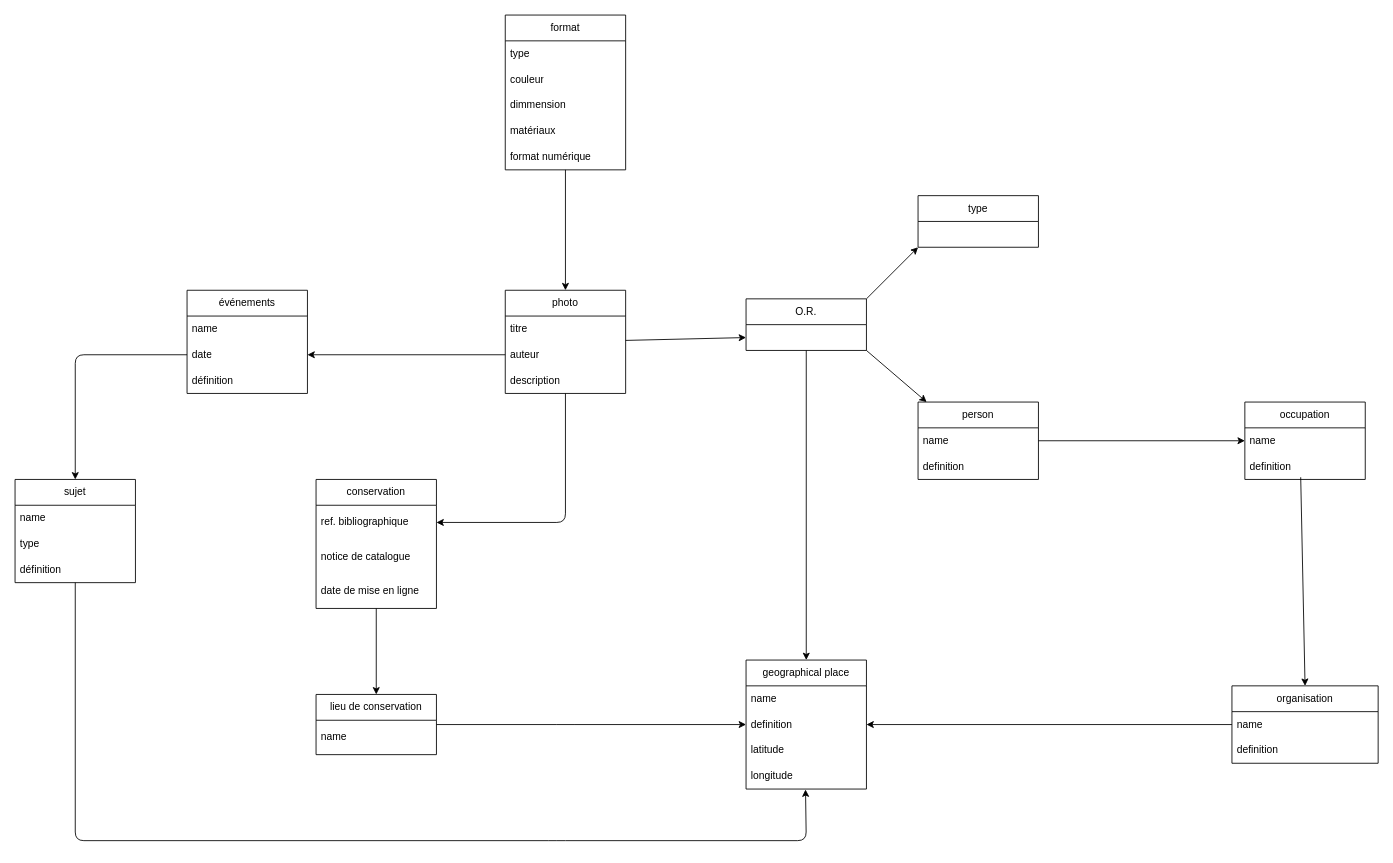
Earlier version of the draw.io diagram Modèle conceptuel.drawio (mroylem/memoire). Source tidied: cells renumbered, new cells numbered last; positions are measured from the earlier drawing's top-left corner, leaving out a move shared by most shapes. Both pictures are drawn from the tidied source at 86%, with x=0, y=0 at pixel (15, 15).
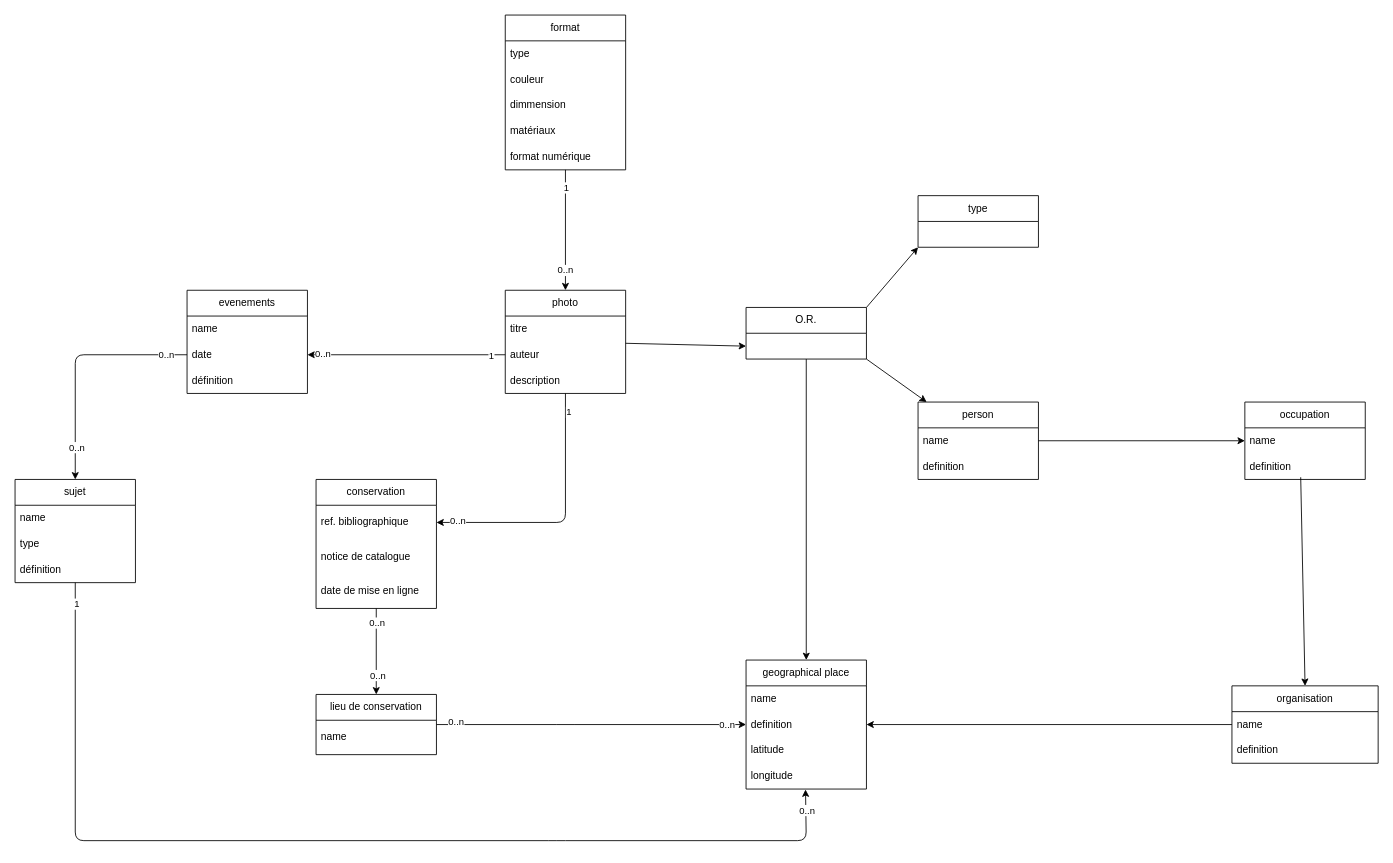
The same diagram, later.

Commit message:
modification modele conceptuel

Unchanged cells that the change refers to:
```xml
<mxCell id="2" style="edgeStyle=none;html=1;entryX=0;entryY=0.5;entryDx=0;entryDy=0;" parent="1" edge="1" source="3" target="15">
  <mxGeometry relative="1" as="geometry">
    <Array as="points">
      <mxPoint x="640" y="825" />
    </Array>
  </mxGeometry>
</mxCell>
<mxCell id="26" style="edgeStyle=none;html=1;entryX=0.5;entryY=0;entryDx=0;entryDy=0;" parent="1" edge="1" source="27" target="45">
  <mxGeometry relative="1" as="geometry" />
</mxCell>
<mxCell id="38" style="edgeStyle=none;html=1;entryX=0.494;entryY=1.017;entryDx=0;entryDy=0;entryPerimeter=0;" parent="1" edge="1" source="39" target="17">
  <mxGeometry relative="1" as="geometry">
    <Array as="points">
      <mxPoint x="70" y="960" />
      <mxPoint x="630" y="960" />
      <mxPoint x="920" y="960" />
    </Array>
  </mxGeometry>
</mxCell>
<mxCell id="44" style="edgeStyle=none;html=1;entryX=1;entryY=0.5;entryDx=0;entryDy=0;" parent="1" edge="1" source="45">
  <mxGeometry relative="1" as="geometry">
    <mxPoint x="490" y="590" as="targetPoint" />
    <Array as="points">
      <mxPoint x="640" y="590" />
    </Array>
  </mxGeometry>
</mxCell>
<mxCell id="49" style="edgeStyle=none;html=1;entryX=0.5;entryY=0;entryDx=0;entryDy=0;" parent="1" edge="1" source="50" target="3">
  <mxGeometry relative="1" as="geometry" />
</mxCell>
<mxCell id="54" style="edgeStyle=none;html=1;entryX=1;entryY=0.5;entryDx=0;entryDy=0;" parent="1" edge="1" source="47" target="36">
  <mxGeometry relative="1" as="geometry" />
</mxCell>
<mxCell id="55" style="edgeStyle=none;html=1;entryX=0.5;entryY=0;entryDx=0;entryDy=0;exitX=0;exitY=0.5;exitDx=0;exitDy=0;" parent="1" edge="1" source="36" target="39">
  <mxGeometry relative="1" as="geometry">
    <Array as="points">
      <mxPoint x="70" y="395" />
    </Array>
  </mxGeometry>
</mxCell>
```

What changed in the source:
```diff
@@
+    <mxCell id="56" value="0..n" style="edgeLabel;html=1;align=center;verticalAlign=middle;" parent="2" vertex="1">
+      <mxGeometry x="-0.88" y="4" relative="1" as="geometry" />
+    </mxCell>
+    <mxCell id="57" value="0..n" style="edgeLabel;html=1;align=center;verticalAlign=middle;" parent="2" vertex="1">
+      <mxGeometry x="0.87" y="1" relative="1" as="geometry" />
+    </mxCell>
@@
     <mxCell id="8" value="O.R." style="swimlane;fontStyle=0;horizontal=1;startSize=30;whiteSpace=wrap;html=1;" parent="1" vertex="1">
-      <mxGeometry x="850" y="330" width="140" height="60" as="geometry" />
+      <mxGeometry x="850" y="340" width="140" height="60" as="geometry" />
     </mxCell>
@@
+    <mxCell id="58" value="1" style="edgeLabel;html=1;align=center;verticalAlign=middle;" parent="26" vertex="1">
+      <mxGeometry x="-0.71" relative="1" as="geometry" />
+    </mxCell>
+    <mxCell id="59" value="0..n" style="edgeLabel;html=1;align=center;verticalAlign=middle;" parent="26" vertex="1">
+      <mxGeometry x="0.65" y="-1" relative="1" as="geometry" />
+    </mxCell>
@@
-    <mxCell id="34" value="événements" style="swimlane;fontStyle=0;horizontal=1;startSize=30;whiteSpace=wrap;html=1;" parent="1" vertex="1">
+    <mxCell id="34" value="evenements" style="swimlane;fontStyle=0;horizontal=1;startSize=30;whiteSpace=wrap;html=1;" parent="1" vertex="1">
       <mxGeometry x="200" y="320" width="140" height="120" as="geometry" />
     </mxCell>
@@
+    <mxCell id="60" value="1" style="edgeLabel;html=1;align=center;verticalAlign=middle;" parent="38" vertex="1">
+      <mxGeometry x="-0.96" y="1" relative="1" as="geometry" />
+    </mxCell>
+    <mxCell id="61" value="0..n" style="edgeLabel;html=1;align=center;verticalAlign=middle;" parent="38" vertex="1">
+      <mxGeometry x="0.96" y="-1" relative="1" as="geometry" />
+    </mxCell>
@@
+    <mxCell id="62" value="1" style="edgeLabel;html=1;align=center;verticalAlign=middle;" parent="44" vertex="1">
+      <mxGeometry x="-0.86" y="3" relative="1" as="geometry" />
+    </mxCell>
+    <mxCell id="63" value="0..n" style="edgeLabel;html=1;align=center;verticalAlign=middle;" parent="44" vertex="1">
+      <mxGeometry x="0.84" y="-3" relative="1" as="geometry" />
+    </mxCell>
@@
+    <mxCell id="64" value="0..n" style="edgeLabel;html=1;align=center;verticalAlign=middle;" parent="49" vertex="1">
+      <mxGeometry x="-0.68" relative="1" as="geometry" />
+    </mxCell>
+    <mxCell id="65" value="0..n" style="edgeLabel;html=1;align=center;verticalAlign=middle;" parent="49" vertex="1">
+      <mxGeometry x="0.54" y="1" relative="1" as="geometry" />
+    </mxCell>
@@
+    <mxCell id="66" value="1" style="edgeLabel;html=1;align=center;verticalAlign=middle;" parent="54" vertex="1">
+      <mxGeometry x="-0.85" y="1" relative="1" as="geometry" />
+    </mxCell>
+    <mxCell id="67" value="0..n" style="edgeLabel;html=1;align=center;verticalAlign=middle;" parent="54" vertex="1">
+      <mxGeometry x="0.85" y="-2" relative="1" as="geometry" />
+    </mxCell>
@@
+    <mxCell id="68" value="0..n" style="edgeLabel;html=1;align=center;verticalAlign=middle;" parent="55" vertex="1">
+      <mxGeometry x="-0.82" y="-1" relative="1" as="geometry" />
+    </mxCell>
+    <mxCell id="69" value="0..n" style="edgeLabel;html=1;align=center;verticalAlign=middle;" parent="55" vertex="1">
+      <mxGeometry x="0.73" y="1" relative="1" as="geometry">
+        <mxPoint y="-1" as="offset" />
+      </mxGeometry>
+    </mxCell>
```
